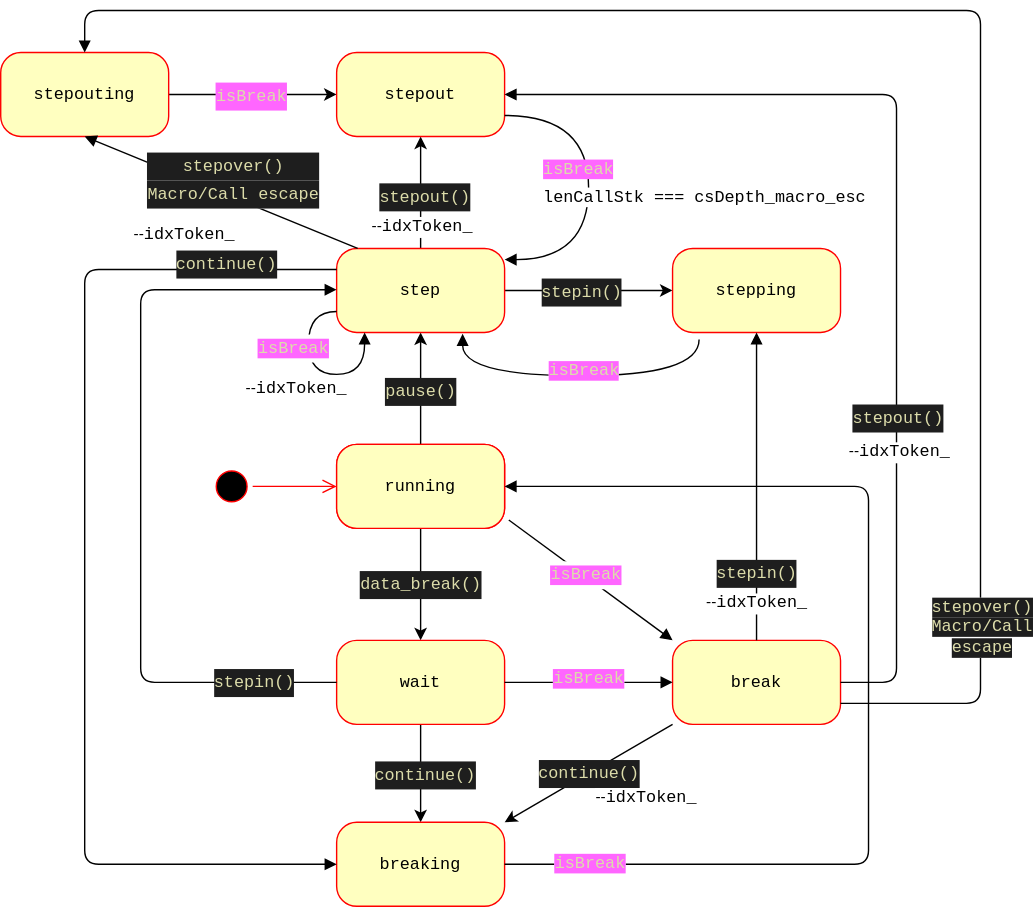
The draw.io diagram res/img/breakState.svg in famibee/SKYNovel-vscode-extension, before a commit. Source tidied: cells renumbered, new cells last; positions are measured from the earlier drawing's top-left corner, leaving out a move shared by most shapes.
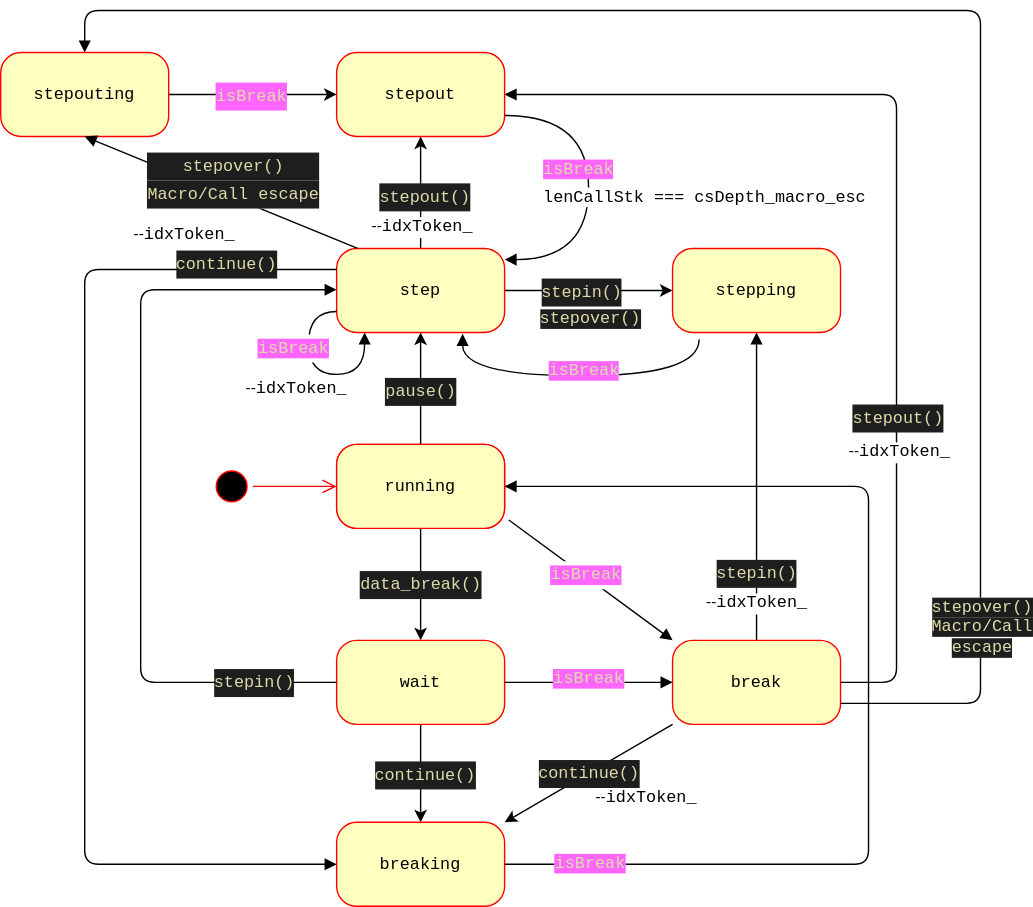
The same file after the commit.

Commit message:
breakState.svg を更新します

Diff of the diagram source:
```diff
@@ -55,6 +55,11 @@
     <mxCell id="16" value="&lt;div style=&quot;color: rgb(212 , 212 , 212) ; background-color: rgb(30 , 30 , 30) ; font-family: &amp;#34;menlo&amp;#34; , &amp;#34;monaco&amp;#34; , &amp;#34;courier new&amp;#34; , monospace ; font-size: 12px ; line-height: 20px&quot;&gt;&lt;span style=&quot;color: #dcdcaa&quot;&gt;stepin()&lt;/span&gt;&lt;/div&gt;" style="edgeLabel;html=1;align=center;verticalAlign=middle;" parent="15" vertex="1">
       <mxGeometry x="-0.1" relative="1" as="geometry" />
     </mxCell>
+    <mxCell id="55" value="&lt;span style=&quot;color: rgb(220 , 220 , 170) ; font-family: &amp;#34;menlo&amp;#34; , &amp;#34;monaco&amp;#34; , &amp;#34;courier new&amp;#34; , monospace ; font-size: 12px ; background-color: rgb(30 , 30 , 30)&quot;&gt;stepover()&lt;/span&gt;" style="edgeLabel;html=1;align=center;verticalAlign=middle;" parent="15" vertex="1">
+      <mxGeometry x="0.6" y="-2" relative="1" as="geometry">
+        <mxPoint x="-36" y="18" as="offset" />
+      </mxGeometry>
+    </mxCell>
     <mxCell id="17" style="edgeStyle=orthogonalEdgeStyle;rounded=0;jettySize=auto;html=1;" parent="1" edge="1" source="20" target="26">
       <mxGeometry relative="1" as="geometry" />
     </mxCell>
```
